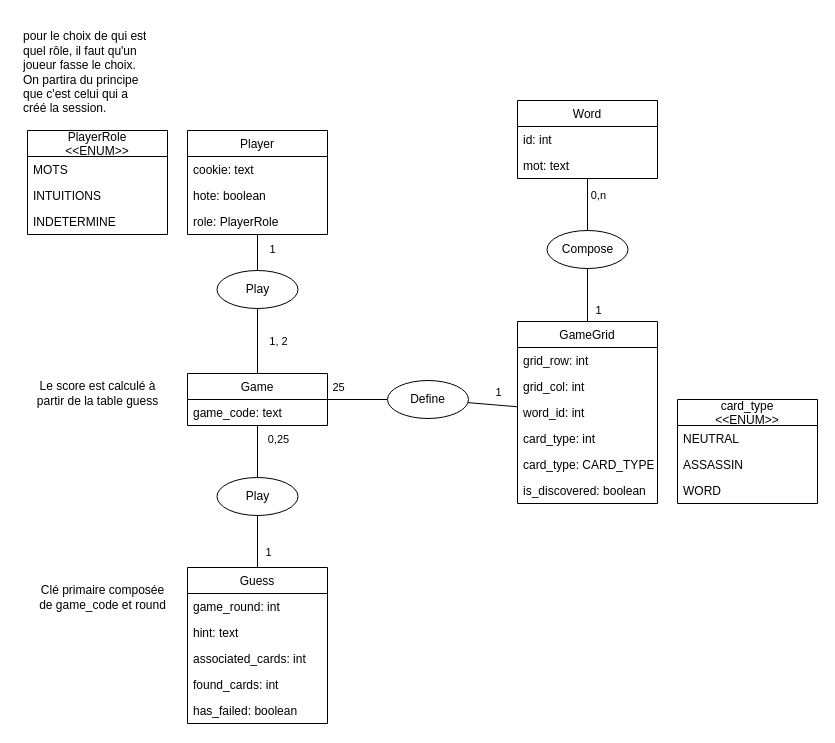
The draw.io diagram page "entité-relations" (1 of 2) of conception.drawio in ArnoBidet/PolyNames, before the edit. Source tidied: cells renumbered, new cells numbered last; positions are measured from the earlier drawing's top-left corner, leaving out a move shared by most shapes. Both pictures are drawn from the tidied source at 100%, with x=0, y=0 at pixel (17, 17).
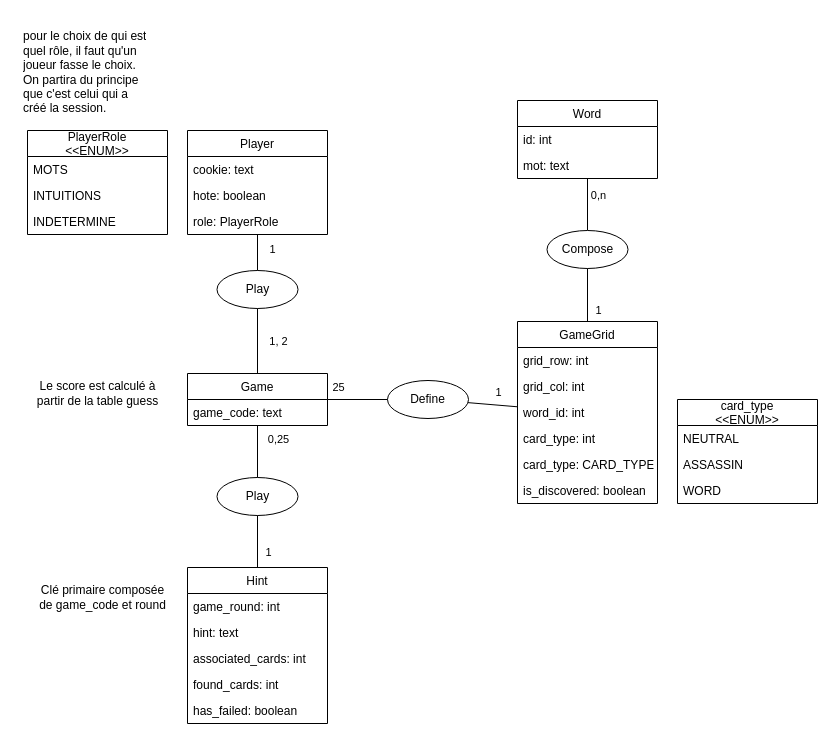
Above is the later version.

Commit message (it also covers changes not shown here):
refa : Change nom guess pour hint

The edit, as a diff of the source:
```diff
@@
-    <mxCell id="38" value="Guess" style="swimlane;fontStyle=0;horizontal=1;startSize=26;fillColor=none;" parent="1" vertex="1">
+    <mxCell id="38" value="Hint" style="swimlane;fontStyle=0;horizontal=1;startSize=26;fillColor=none;" parent="1" vertex="1">
       <mxGeometry x="170" y="550" width="140" height="156" as="geometry" />
     </mxCell>
```
